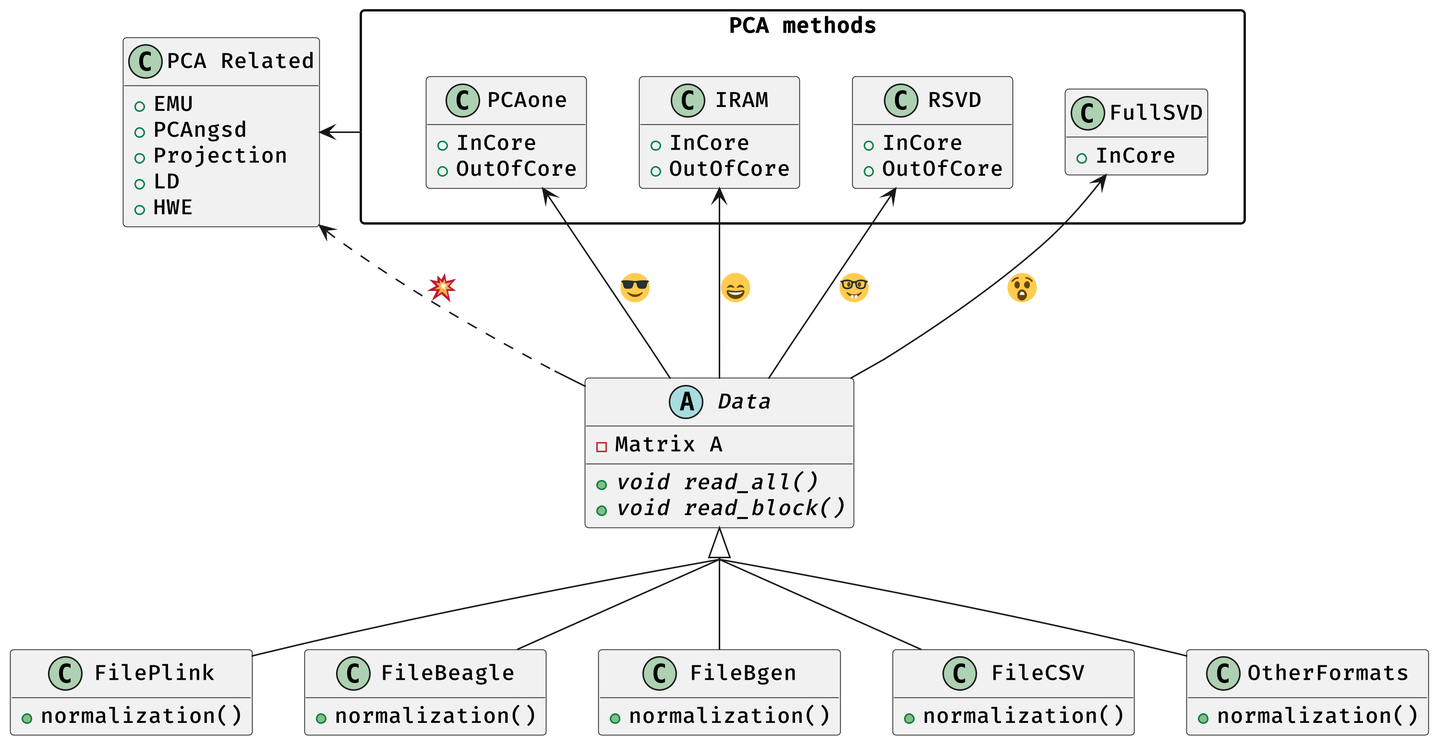
Earlier version of the PlantUML export misc/architecture.png (Zilong-Li/PCAone).
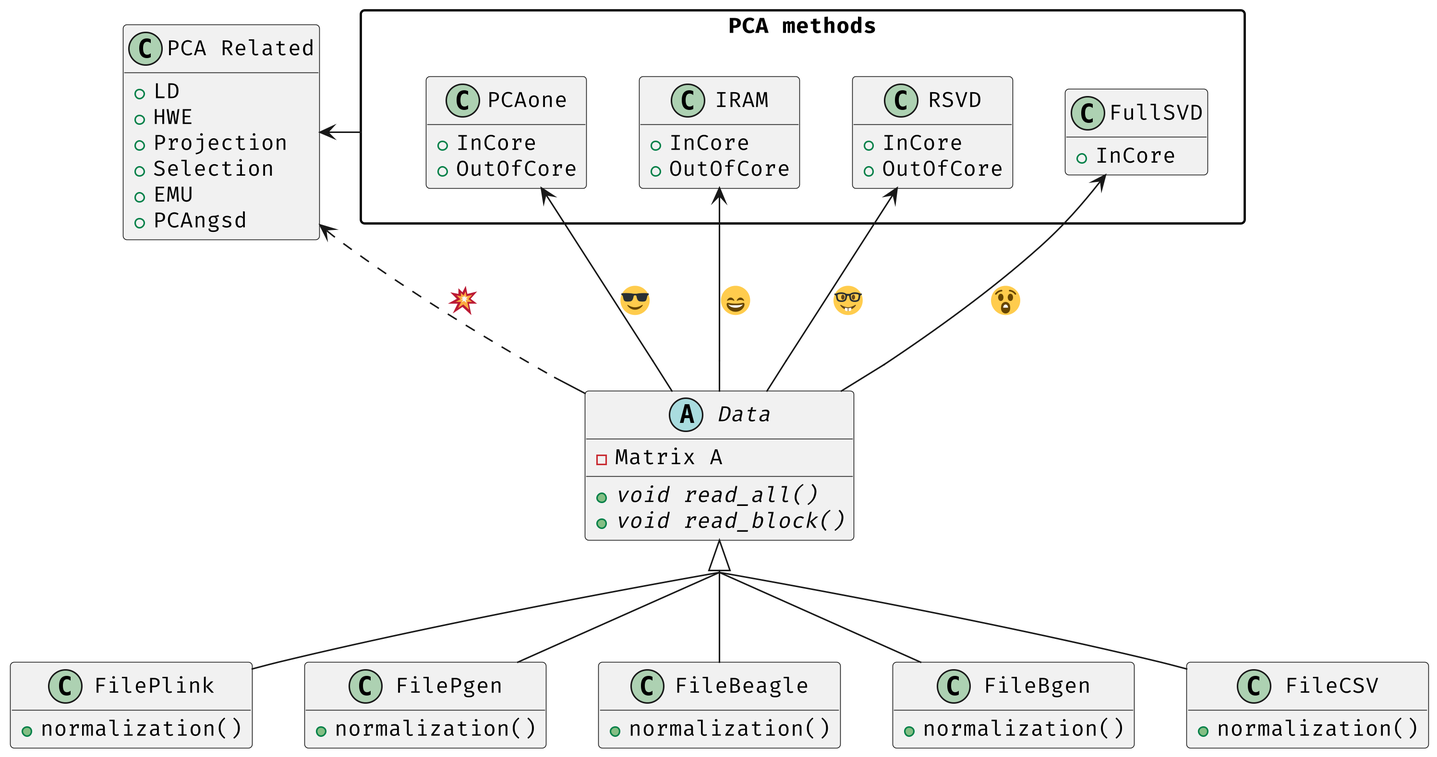
The same file after the commit.

Change to the diagram source:
```diff
@@ -1,6 +1,6 @@
 @startuml
 skinparam dpi 300
-skinparam defaultFontName FiraCode Nerd Font Med
+skinparam defaultFontName FiraCode Nerd Font
 skinparam groupInheritance 2
 skinparam packageStyle rectangle
 hide empty fields
@@ -11,11 +11,14 @@
   +void {abstract} read_block()
 }
 Data <|-- FilePlink
+Data <|-- FilePgen
 Data <|-- FileBeagle
 Data <|-- FileBgen
 Data <|-- FileCSV
-Data <|-- OtherFormats
 class FilePlink {
+  +normalization()
+}
+class FilePgen {
   +normalization()
 }
 class FileBeagle {
@@ -25,9 +28,6 @@
   +normalization()
 }
 class FileCSV {
-  +normalization()
-}
-class OtherFormats {
   +normalization()
 }
 package "PCA methods" as PCA {
@@ -49,16 +49,17 @@
 }
 
 class "PCA Related" as PCAem {
+  +LD
+  +HWE
+  +Projection
+  +Selection
   +EMU
   +PCAngsd
-  +Projection
-  +LD
-  +HWE
 }
 FullSVD <-- Data: <:astonished:>
 IRAM <-- Data: <:smile:>
 RSVD <-- Data: <:nerd_face:>
 PCAone <-- Data: <:sunglasses:>
+Data -left[dashed]-> PCAem: <:boom:>
 PCA -left-> PCAem
-Data -left[dashed]-> PCAem: <:boom:>
 @enduml
```
